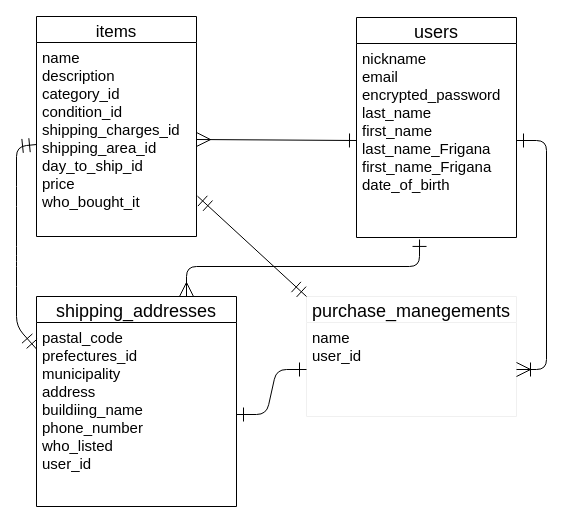
Above: test.dio in kazupin0930/furima-34016 (draw.io), before the change. Source tidied: cells renumbered, new cells numbered last; positions are measured from the earlier drawing's top-left corner, leaving out a move shared by most shapes. Both pictures are drawn from the tidied source at 100%, with x=0, y=0 at pixel (16, 16).
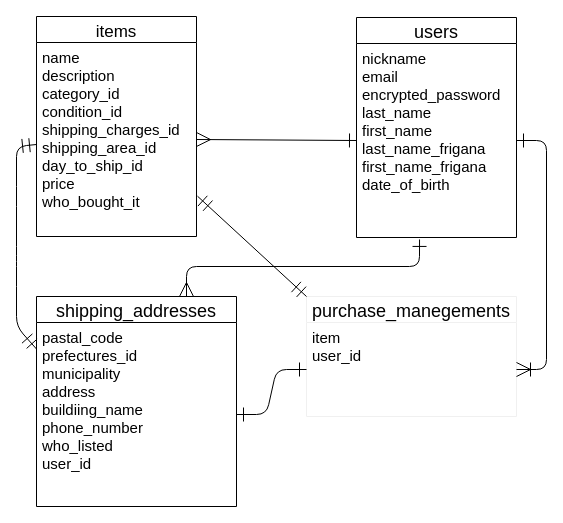
Above is the later version.

Unchanged cells that the change refers to:
```xml
<mxCell id="3" value="purchase_manegements" style="swimlane;fontStyle=0;horizontal=1;startSize=26;align=center;fontSize=18;strokeColor=#F0F0F0;" parent="1" vertex="1">
  <mxGeometry x="290" y="280" width="210" height="120" as="geometry" />
</mxCell>
<mxCell id="5" value="users" style="swimlane;fontStyle=0;horizontal=1;startSize=26;align=center;fontSize=18;" parent="1" vertex="1">
  <mxGeometry x="340" y="1" width="160" height="220" as="geometry" />
</mxCell>
```

What changed in the source:
```diff
@@
-    <mxCell id="4" value="name&#10;user_id" style="text;strokeColor=none;fillColor=none;spacingLeft=4;spacingRight=4;overflow=hidden;points=[[0,0.5],[1,0.5]];portConstraint=eastwest;fontSize=15;" parent="3" vertex="1">
+    <mxCell id="4" value="item&#10;user_id" style="text;strokeColor=none;fillColor=none;spacingLeft=4;spacingRight=4;overflow=hidden;points=[[0,0.5],[1,0.5]];portConstraint=eastwest;fontSize=15;" parent="3" vertex="1">
       <mxGeometry y="26" width="210" height="94" as="geometry" />
     </mxCell>
@@
-    <mxCell id="6" value="nickname&#10;email&#10;encrypted_password&#10;last_name&#10;first_name&#10;last_name_Frigana&#10;first_name_Frigana&#10;date_of_birth" style="text;strokeColor=none;fillColor=none;spacingLeft=4;spacingRight=4;overflow=hidden;points=[[0,0.5],[1,0.5]];portConstraint=eastwest;fontSize=15;" parent="5" vertex="1">
+    <mxCell id="6" value="nickname&#10;email&#10;encrypted_password&#10;last_name&#10;first_name&#10;last_name_frigana&#10;first_name_frigana&#10;date_of_birth" style="text;strokeColor=none;fillColor=none;spacingLeft=4;spacingRight=4;overflow=hidden;points=[[0,0.5],[1,0.5]];portConstraint=eastwest;fontSize=15;" parent="5" vertex="1">
       <mxGeometry y="26" width="160" height="194" as="geometry" />
     </mxCell>
```
